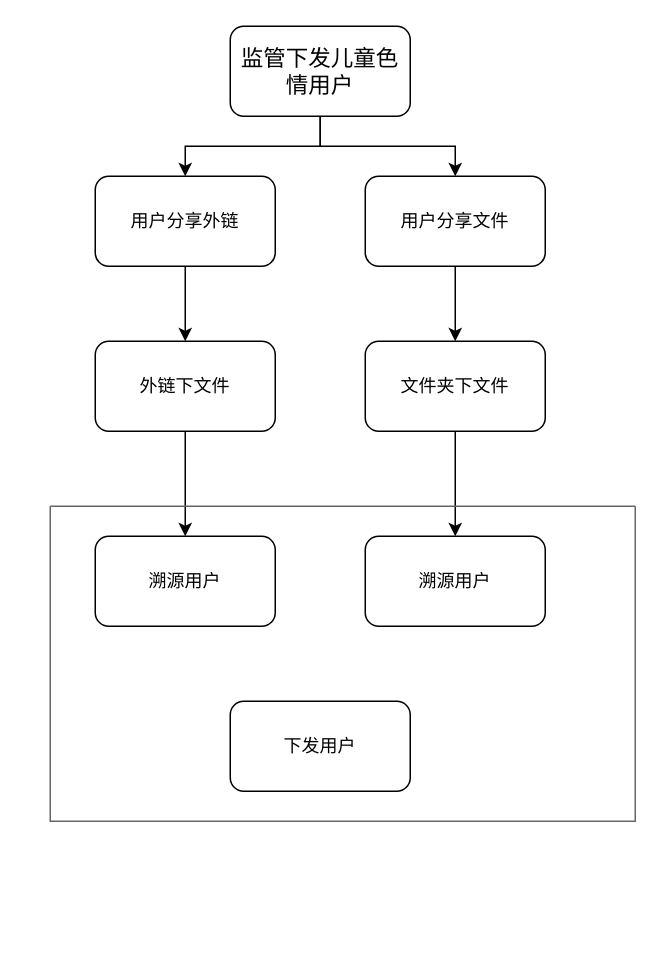
Before: 儿童色情用户挖掘.drawio in hengxingtx/draw_pic, a draw.io diagram. Source tidied: cells renumbered, new cells numbered last; positions are measured from the earlier drawing's top-left corner, leaving out a move shared by most shapes. Both pictures are drawn from the tidied source at 150%, with x=0, y=0 at pixel (50, 26).
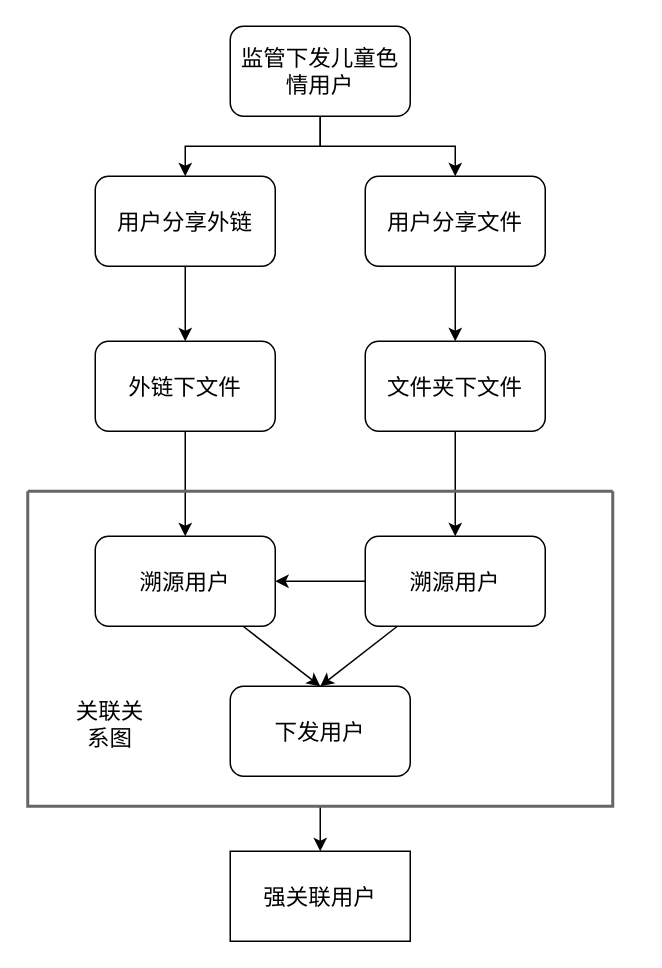
After the change.

Commit message:
更新儿童色情用户挖掘.drawio

What changed in the source:
```diff
@@
-    <mxCell id="2" style="edgeStyle=orthogonalEdgeStyle;rounded=0;jettySize=auto;html=1;entryX=0.5;entryY=0;entryDx=0;entryDy=0;" parent="1" edge="1" source="4" target="6">
+    <mxCell id="2" style="edgeStyle=orthogonalEdgeStyle;rounded=0;jettySize=auto;html=1;entryX=0.5;entryY=0;entryDx=0;entryDy=0;fontSize=15;" parent="1" edge="1" source="4" target="6">
       <mxGeometry relative="1" as="geometry" />
     </mxCell>
-    <mxCell id="3" style="edgeStyle=orthogonalEdgeStyle;rounded=0;jettySize=auto;html=1;entryX=0.5;entryY=0;entryDx=0;entryDy=0;" parent="1" edge="1" source="4" target="8">
+    <mxCell id="3" style="edgeStyle=orthogonalEdgeStyle;rounded=0;jettySize=auto;html=1;entryX=0.5;entryY=0;entryDx=0;entryDy=0;fontSize=15;" parent="1" edge="1" source="4" target="8">
       <mxGeometry relative="1" as="geometry" />
     </mxCell>
-    <mxCell id="4" value="&lt;font style=&quot;font-size: 15px;&quot;&gt;监管下发儿童色情用户&lt;/font&gt;" style="rounded=1;whiteSpace=wrap;html=1;" parent="1" vertex="1">
+    <mxCell id="4" value="&lt;font style=&quot;font-size: 15px;&quot;&gt;监管下发儿童色情用户&lt;/font&gt;" style="rounded=1;whiteSpace=wrap;html=1;fontSize=15;" parent="1" vertex="1">
       <mxGeometry x="120" width="120" height="60" as="geometry" />
     </mxCell>
-    <mxCell id="5" style="edgeStyle=orthogonalEdgeStyle;rounded=0;jettySize=auto;html=1;entryX=0.5;entryY=0;entryDx=0;entryDy=0;" parent="1" edge="1" source="6" target="10">
+    <mxCell id="5" style="edgeStyle=orthogonalEdgeStyle;rounded=0;jettySize=auto;html=1;entryX=0.5;entryY=0;entryDx=0;entryDy=0;fontSize=15;" parent="1" edge="1" source="6" target="10">
       <mxGeometry relative="1" as="geometry" />
     </mxCell>
-    <mxCell id="6" value="用户分享外链" style="rounded=1;whiteSpace=wrap;html=1;" parent="1" vertex="1">
+    <mxCell id="6" value="用户分享外链" style="rounded=1;whiteSpace=wrap;html=1;fontSize=15;" parent="1" vertex="1">
       <mxGeometry x="30" y="100" width="120" height="60" as="geometry" />
     </mxCell>
-    <mxCell id="7" style="edgeStyle=orthogonalEdgeStyle;rounded=0;jettySize=auto;html=1;entryX=0.5;entryY=0;entryDx=0;entryDy=0;" parent="1" edge="1" source="8" target="13">
+    <mxCell id="7" style="edgeStyle=orthogonalEdgeStyle;rounded=0;jettySize=auto;html=1;entryX=0.5;entryY=0;entryDx=0;entryDy=0;fontSize=15;" parent="1" edge="1" source="8" target="13">
       <mxGeometry relative="1" as="geometry" />
     </mxCell>
-    <mxCell id="8" value="用户分享文件" style="rounded=1;whiteSpace=wrap;html=1;" parent="1" vertex="1">
+    <mxCell id="8" value="用户分享文件" style="rounded=1;whiteSpace=wrap;html=1;fontSize=15;" parent="1" vertex="1">
       <mxGeometry x="210" y="100" width="120" height="60" as="geometry" />
     </mxCell>
-    <mxCell id="9" style="edgeStyle=orthogonalEdgeStyle;rounded=0;jettySize=auto;html=1;entryX=0.5;entryY=0;entryDx=0;entryDy=0;" parent="1" edge="1" source="10" target="11">
+    <mxCell id="9" style="edgeStyle=orthogonalEdgeStyle;rounded=0;jettySize=auto;html=1;entryX=0.5;entryY=0;entryDx=0;entryDy=0;fontSize=15;" parent="1" edge="1" source="10" target="11">
       <mxGeometry relative="1" as="geometry" />
     </mxCell>
-    <mxCell id="10" value="外链下文件" style="rounded=1;whiteSpace=wrap;html=1;" parent="1" vertex="1">
+    <mxCell id="10" value="外链下文件" style="rounded=1;whiteSpace=wrap;html=1;fontSize=15;" parent="1" vertex="1">
       <mxGeometry x="30" y="210" width="120" height="60" as="geometry" />
     </mxCell>
+    <mxCell id="17" style="rounded=0;jettySize=auto;html=1;entryX=0.5;entryY=0;entryDx=0;entryDy=0;fontSize=15;" parent="1" edge="1" source="11" target="15">
+      <mxGeometry relative="1" as="geometry" />
+    </mxCell>
-    <mxCell id="11" value="溯源用户" style="rounded=1;whiteSpace=wrap;html=1;" parent="1" vertex="1">
+    <mxCell id="11" value="溯源用户" style="rounded=1;whiteSpace=wrap;html=1;fontSize=15;" parent="1" vertex="1">
       <mxGeometry x="30" y="340" width="120" height="60" as="geometry" />
     </mxCell>
-    <mxCell id="12" style="edgeStyle=orthogonalEdgeStyle;rounded=0;jettySize=auto;html=1;entryX=0.5;entryY=0;entryDx=0;entryDy=0;" parent="1" edge="1" source="13" target="14">
+    <mxCell id="12" style="edgeStyle=orthogonalEdgeStyle;rounded=0;jettySize=auto;html=1;entryX=0.5;entryY=0;entryDx=0;entryDy=0;fontSize=15;" parent="1" edge="1" source="13" target="14">
       <mxGeometry relative="1" as="geometry" />
     </mxCell>
-    <mxCell id="13" value="文件夹下文件" style="rounded=1;whiteSpace=wrap;html=1;" parent="1" vertex="1">
+    <mxCell id="13" value="文件夹下文件" style="rounded=1;whiteSpace=wrap;html=1;fontSize=15;" parent="1" vertex="1">
       <mxGeometry x="210" y="210" width="120" height="60" as="geometry" />
     </mxCell>
+    <mxCell id="18" style="rounded=0;jettySize=auto;html=1;entryX=0.5;entryY=0;entryDx=0;entryDy=0;fontSize=15;" parent="1" edge="1" source="14" target="15">
+      <mxGeometry relative="1" as="geometry" />
+    </mxCell>
+    <mxCell id="19" style="edgeStyle=orthogonalEdgeStyle;rounded=0;jettySize=auto;html=1;entryX=1;entryY=0.5;entryDx=0;entryDy=0;fontSize=15;" parent="1" edge="1" source="14" target="11">
+      <mxGeometry relative="1" as="geometry" />
+    </mxCell>
-    <mxCell id="14" value="溯源用户" style="rounded=1;whiteSpace=wrap;html=1;" parent="1" vertex="1">
+    <mxCell id="14" value="溯源用户" style="rounded=1;whiteSpace=wrap;html=1;fontSize=15;" parent="1" vertex="1">
       <mxGeometry x="210" y="340" width="120" height="60" as="geometry" />
     </mxCell>
+    <mxCell id="20" style="edgeStyle=orthogonalEdgeStyle;rounded=0;jettySize=auto;html=1;" parent="1" edge="1" source="16" target="22">
+      <mxGeometry relative="1" as="geometry" />
+    </mxCell>
+    <mxCell id="16" style="swimlane;startSize=0;fillColor=#E6D0DE;strokeColor=#666666;fontColor=#333333;strokeWidth=2;fontSize=15;" parent="1" vertex="1">
+      <mxGeometry x="-15" y="310" width="390" height="210" as="geometry" />
+    </mxCell>
-    <mxCell id="15" value="下发用户" style="rounded=1;whiteSpace=wrap;html=1;" parent="1" vertex="1">
-      <mxGeometry x="120" y="450" width="120" height="60" as="geometry" />
+    <mxCell id="15" value="下发用户" style="rounded=1;whiteSpace=wrap;html=1;fontSize=15;" parent="16" vertex="1">
+      <mxGeometry x="135" y="130" width="120" height="60" as="geometry" />
     </mxCell>
-    <mxCell id="16" style="swimlane;startSize=0;fillColor=#f5f5f5;strokeColor=#666666;fontColor=#333333;" parent="1" vertex="1">
-      <mxGeometry y="320" width="390" height="210" as="geometry" />
-    </mxCell>
+    <mxCell id="21" value="关联关系图" style="text;html=1;strokeColor=none;fillColor=none;align=center;verticalAlign=middle;whiteSpace=wrap;rounded=0;fontSize=15;" parent="16" vertex="1">
+      <mxGeometry x="25" y="140" width="60" height="30" as="geometry" />
+    </mxCell>
+    <mxCell id="22" value="强关联用户" style="rounded=0;whiteSpace=wrap;html=1;fontSize=15;" parent="1" vertex="1">
+      <mxGeometry x="120" y="550" width="120" height="60" as="geometry" />
+    </mxCell>
```
